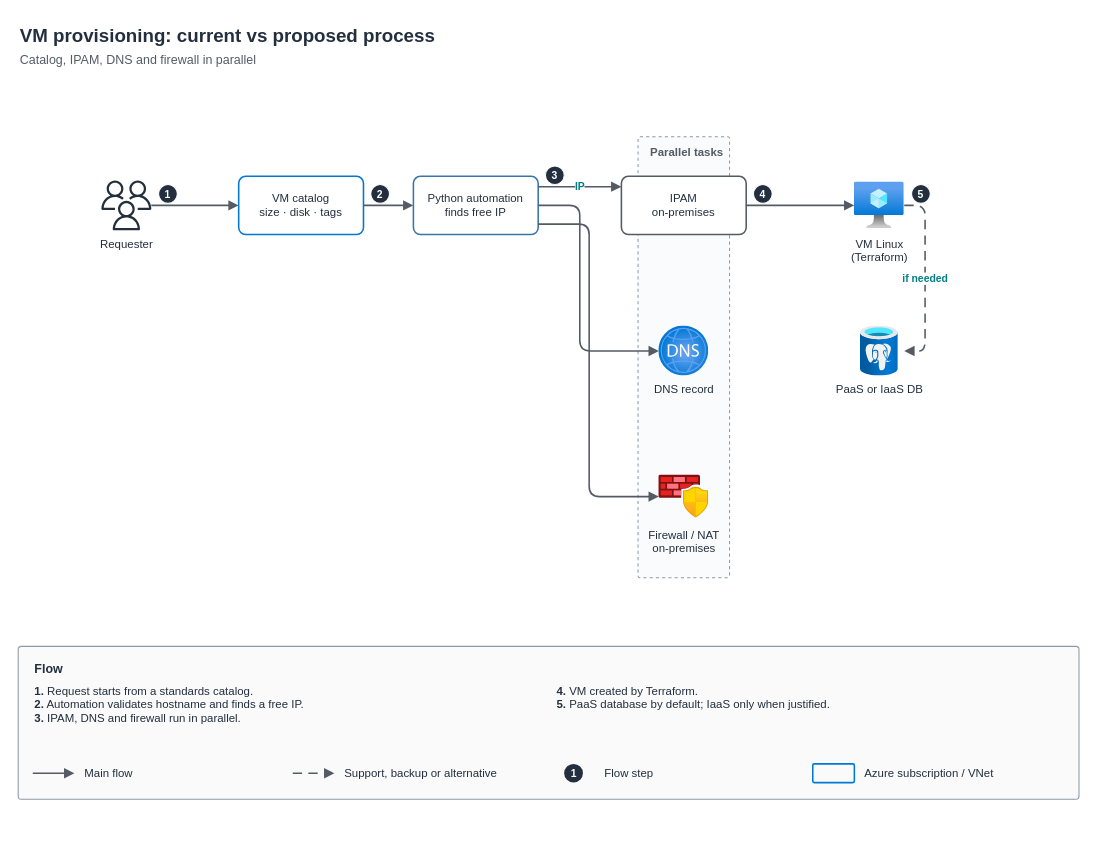
Earlier version of the draw.io diagram page "PT · Provisionamento de VMs: processo proposto" (2 of 4) of labs/arquiteturas/seguradora/provisionamento-de-vms/desenho.drawio (Raphaelfcs/automacao_terraform). Source tidied: cells renumbered, new cells numbered last; positions are measured from the earlier drawing's top-left corner, leaving out a move shared by most shapes. Both pictures are drawn from the tidied source at 104%, with x=0, y=0 at pixel (18, 18).
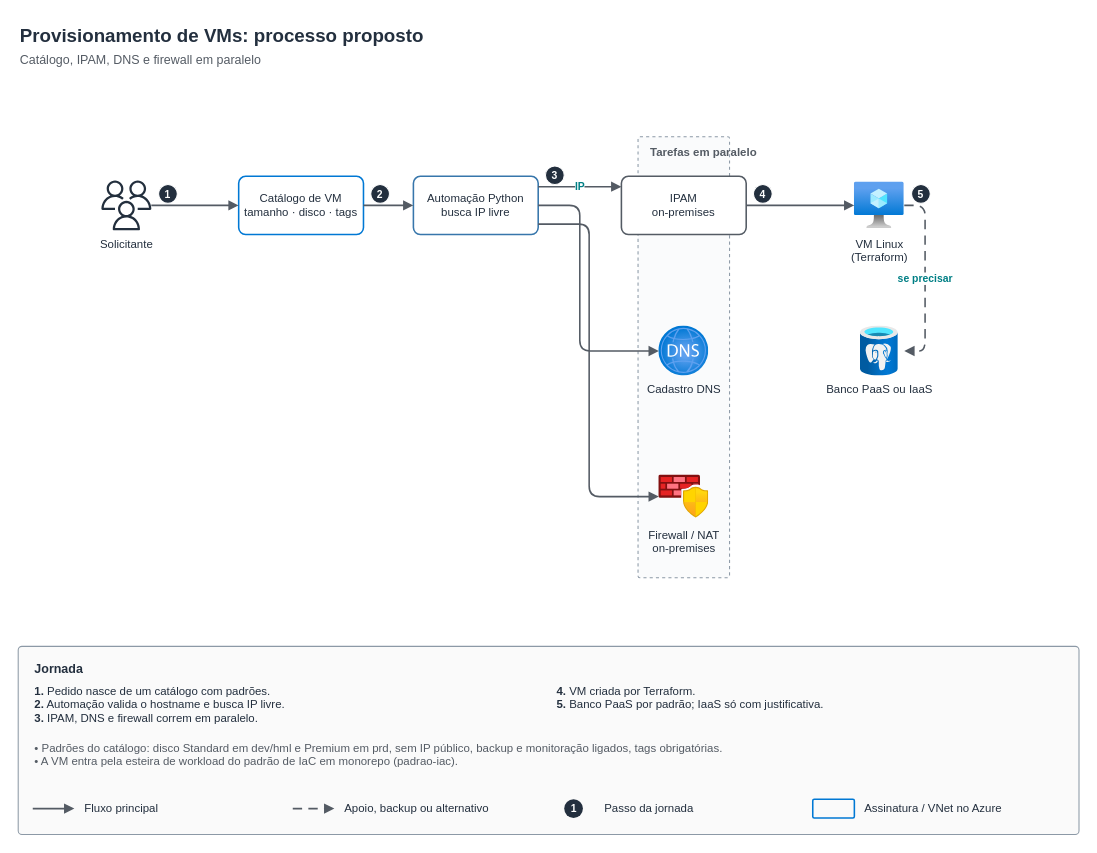
The same diagram, later.

The change refers to these unchanged cells:
```xml
<mxCell id="7" value="VM Linux&lt;br&gt;(Terraform)" style="sketch=0;outlineConnect=0;fontColor=#232F3E;dashed=0;verticalLabelPosition=bottom;verticalAlign=top;align=center;html=1;fontSize=11;shape=image;imageAspect=1;image=img/lib/azure2/compute/Virtual_Machine.svg;" parent="1" vertex="1">
  <mxGeometry x="804" y="156" width="48" height="48" as="geometry" />
</mxCell>
```

Change to the diagram source:
```diff
@@
-    <mxCell id="2" value="Parallel tasks" style="html=1;whiteSpace=nowrap;verticalAlign=top;align=left;fontSize=11;fontStyle=1;rounded=1;arcSize=2;strokeColor=#8C99A6;fillColor=#FAFBFC;fontColor=#545B64;dashed=1;spacingLeft=10;spacingTop=2;" parent="1" vertex="1">
+    <mxCell id="2" value="Tarefas em paralelo" style="html=1;whiteSpace=nowrap;verticalAlign=top;align=left;fontSize=11;fontStyle=1;rounded=1;arcSize=2;strokeColor=#8C99A6;fillColor=#FAFBFC;fontColor=#545B64;dashed=1;spacingLeft=10;spacingTop=2;" parent="1" vertex="1">
       <mxGeometry x="596" y="114" width="88" height="424" as="geometry" />
     </mxCell>
-    <mxCell id="3" value="Requester" style="sketch=0;outlineConnect=0;fontColor=#232F3E;dashed=0;verticalLabelPosition=bottom;verticalAlign=top;align=center;html=1;fontSize=11;fillColor=#232F3D;strokeColor=none;gradientColor=none;shape=mxgraph.aws4.users;" parent="1" vertex="1">
+    <mxCell id="3" value="Solicitante" style="sketch=0;outlineConnect=0;fontColor=#232F3E;dashed=0;verticalLabelPosition=bottom;verticalAlign=top;align=center;html=1;fontSize=11;fillColor=#232F3D;strokeColor=none;gradientColor=none;shape=mxgraph.aws4.users;" parent="1" vertex="1">
       <mxGeometry x="80" y="156" width="48" height="48" as="geometry" />
     </mxCell>
-    <mxCell id="4" value="VM catalog&lt;br&gt;size · disk · tags" style="rounded=1;arcSize=12;whiteSpace=wrap;html=1;fillColor=#FFFFFF;strokeColor=#0078D4;strokeWidth=1.5;fontSize=11;fontColor=#232F3E;" parent="1" vertex="1">
+    <mxCell id="4" value="Catálogo de VM&lt;br&gt;tamanho · disco · tags" style="rounded=1;arcSize=12;whiteSpace=wrap;html=1;fillColor=#FFFFFF;strokeColor=#0078D4;strokeWidth=1.5;fontSize=11;fontColor=#232F3E;" parent="1" vertex="1">
       <mxGeometry x="212" y="152" width="120" height="56" as="geometry" />
     </mxCell>
-    <mxCell id="5" value="Python automation&lt;br&gt;finds free IP" style="rounded=1;arcSize=12;whiteSpace=wrap;html=1;fillColor=#FFFFFF;strokeColor=#3776AB;strokeWidth=1.5;fontSize=11;fontColor=#232F3E;" parent="1" vertex="1">
+    <mxCell id="5" value="Automação Python&lt;br&gt;busca IP livre" style="rounded=1;arcSize=12;whiteSpace=wrap;html=1;fillColor=#FFFFFF;strokeColor=#3776AB;strokeWidth=1.5;fontSize=11;fontColor=#232F3E;" parent="1" vertex="1">
       <mxGeometry x="380" y="152" width="120" height="56" as="geometry" />
     </mxCell>
@@
-    <mxCell id="8" value="DNS record" style="sketch=0;outlineConnect=0;fontColor=#232F3E;dashed=0;verticalLabelPosition=bottom;verticalAlign=top;align=center;html=1;fontSize=11;shape=image;imageAspect=1;image=img/lib/azure2/networking/DNS_Zones.svg;" parent="1" vertex="1">
+    <mxCell id="8" value="Cadastro DNS" style="sketch=0;outlineConnect=0;fontColor=#232F3E;dashed=0;verticalLabelPosition=bottom;verticalAlign=top;align=center;html=1;fontSize=11;shape=image;imageAspect=1;image=img/lib/azure2/networking/DNS_Zones.svg;" parent="1" vertex="1">
       <mxGeometry x="616" y="296" width="48" height="48" as="geometry" />
     </mxCell>
-    <mxCell id="9" value="PaaS or IaaS DB" style="sketch=0;outlineConnect=0;fontColor=#232F3E;dashed=0;verticalLabelPosition=bottom;verticalAlign=top;align=center;html=1;fontSize=11;shape=image;imageAspect=1;image=img/lib/azure2/databases/Azure_Database_PostgreSQL_Server.svg;" parent="1" vertex="1">
+    <mxCell id="9" value="Banco PaaS ou IaaS" style="sketch=0;outlineConnect=0;fontColor=#232F3E;dashed=0;verticalLabelPosition=bottom;verticalAlign=top;align=center;html=1;fontSize=11;shape=image;imageAspect=1;image=img/lib/azure2/databases/Azure_Database_PostgreSQL_Server.svg;" parent="1" vertex="1">
       <mxGeometry x="804" y="296" width="48" height="48" as="geometry" />
     </mxCell>
@@
-    <mxCell id="17" value="if needed" style="edgeStyle=none;rounded=1;html=1;endArrow=block;endFill=1;strokeColor=#545B64;strokeWidth=1.5;fontSize=10;fontColor=#007F85;fontStyle=1;labelBackgroundColor=#FFFFFF;dashed=1;dashPattern=6 4;exitX=1.000;exitY=0.500;exitDx=0;exitDy=0;exitPerimeter=0;entryX=1.000;entryY=0.500;entryDx=0;entryDy=0;entryPerimeter=0;" parent="1" edge="1" source="7" target="9">
+    <mxCell id="17" value="se precisar" style="edgeStyle=none;rounded=1;html=1;endArrow=block;endFill=1;strokeColor=#545B64;strokeWidth=1.5;fontSize=10;fontColor=#007F85;fontStyle=1;labelBackgroundColor=#FFFFFF;dashed=1;dashPattern=6 4;exitX=1.000;exitY=0.500;exitDx=0;exitDy=0;exitPerimeter=0;entryX=1.000;entryY=0.500;entryDx=0;entryDy=0;entryPerimeter=0;" parent="1" edge="1" source="7" target="9">
       <mxGeometry relative="1" as="geometry">
         <Array as="points">
           <mxPoint x="872" y="180" />
           <mxPoint x="872" y="320" />
         </Array>
       </mxGeometry>
     </mxCell>
@@
-    <mxCell id="23" value="&lt;b&gt;VM provisioning: current vs proposed process&lt;/b&gt;&lt;br&gt;&lt;font style=&quot;font-size:12px&quot; color=&quot;#545B64&quot;&gt;Catalog, IPAM, DNS and firewall in parallel&lt;/font&gt;" style="text;html=1;align=left;verticalAlign=top;fontSize=18;fontColor=#232F3E;whiteSpace=wrap;" parent="1" vertex="1">
+    <mxCell id="23" value="&lt;b&gt;Provisionamento de VMs: processo proposto&lt;/b&gt;&lt;br&gt;&lt;font style=&quot;font-size:12px&quot; color=&quot;#545B64&quot;&gt;Catálogo, IPAM, DNS e firewall em paralelo&lt;/font&gt;" style="text;html=1;align=left;verticalAlign=top;fontSize=18;fontColor=#232F3E;whiteSpace=wrap;" parent="1" vertex="1">
       <mxGeometry width="932" height="56" as="geometry" />
     </mxCell>
     <mxCell id="24" style="rounded=1;arcSize=2;whiteSpace=wrap;html=1;fillColor=#FAFAFA;strokeColor=#8C99A6;" parent="1" vertex="1">
-      <mxGeometry y="604" width="1020" height="147" as="geometry" />
+      <mxGeometry y="604" width="1020" height="181" as="geometry" />
     </mxCell>
-    <mxCell id="25" value="&lt;b&gt;Flow&lt;/b&gt;" style="text;html=1;align=left;verticalAlign=top;fontSize=12;fontColor=#232F3E;" parent="1" vertex="1">
+    <mxCell id="25" value="&lt;b&gt;Jornada&lt;/b&gt;" style="text;html=1;align=left;verticalAlign=top;fontSize=12;fontColor=#232F3E;" parent="1" vertex="1">
       <mxGeometry x="14" y="612" width="300" height="20" as="geometry" />
     </mxCell>
-    <mxCell id="26" value="&lt;b&gt;1.&lt;/b&gt; Request starts from a standards catalog.&lt;br&gt;&lt;b&gt;2.&lt;/b&gt; Automation validates hostname and finds a free IP.&lt;br&gt;&lt;b&gt;3.&lt;/b&gt; IPAM, DNS and firewall run in parallel.&lt;br&gt;" style="text;html=1;align=left;verticalAlign=top;fontSize=11;fontColor=#232F3E;whiteSpace=wrap;" parent="1" vertex="1">
+    <mxCell id="26" value="&lt;b&gt;1.&lt;/b&gt; Pedido nasce de um catálogo com padrões.&lt;br&gt;&lt;b&gt;2.&lt;/b&gt; Automação valida o hostname e busca IP livre.&lt;br&gt;&lt;b&gt;3.&lt;/b&gt; IPAM, DNS e firewall correm em paralelo.&lt;br&gt;" style="text;html=1;align=left;verticalAlign=top;fontSize=11;fontColor=#232F3E;whiteSpace=wrap;" parent="1" vertex="1">
       <mxGeometry x="14" y="634" width="490" height="57" as="geometry" />
     </mxCell>
-    <mxCell id="27" value="&lt;b&gt;4.&lt;/b&gt; VM created by Terraform.&lt;br&gt;&lt;b&gt;5.&lt;/b&gt; PaaS database by default; IaaS only when justified.&lt;br&gt;" style="text;html=1;align=left;verticalAlign=top;fontSize=11;fontColor=#232F3E;whiteSpace=wrap;" parent="1" vertex="1">
+    <mxCell id="27" value="&lt;b&gt;4.&lt;/b&gt; VM criada por Terraform.&lt;br&gt;&lt;b&gt;5.&lt;/b&gt; Banco PaaS por padrão; IaaS só com justificativa.&lt;br&gt;" style="text;html=1;align=left;verticalAlign=top;fontSize=11;fontColor=#232F3E;whiteSpace=wrap;" parent="1" vertex="1">
       <mxGeometry x="516" y="634" width="490" height="40" as="geometry" />
     </mxCell>
+    <mxCell id="36" value="• Padrões do catálogo: disco Standard em dev/hml e Premium em prd, sem IP público, backup e monitoração ligados, tags obrigatórias.&lt;br&gt;• A VM entra pela esteira de workload do padrão de IaC em monorepo (padrao-iac).&lt;br&gt;" style="text;html=1;align=left;verticalAlign=top;fontSize=11;fontColor=#545B64;whiteSpace=wrap;" parent="1" vertex="1">
+      <mxGeometry x="14" y="689" width="980" height="40" as="geometry" />
+    </mxCell>
     <mxCell id="28" style="edgeStyle=none;html=1;endArrow=block;endFill=1;strokeColor=#545B64;strokeWidth=1.5;" parent="1" edge="1">
       <mxGeometry relative="1" as="geometry">
-        <mxPoint x="14" y="726" as="sourcePoint" />
-        <mxPoint x="54" y="726" as="targetPoint" />
+        <mxPoint x="14" y="760" as="sourcePoint" />
+        <mxPoint x="54" y="760" as="targetPoint" />
       </mxGeometry>
     </mxCell>
-    <mxCell id="29" value="Main flow" style="text;html=1;align=left;verticalAlign=middle;fontSize=11;fontColor=#232F3E;" parent="1" vertex="1">
-      <mxGeometry x="62" y="716" width="200" height="20" as="geometry" />
+    <mxCell id="29" value="Fluxo principal" style="text;html=1;align=left;verticalAlign=middle;fontSize=11;fontColor=#232F3E;" parent="1" vertex="1">
+      <mxGeometry x="62" y="750" width="200" height="20" as="geometry" />
     </mxCell>
     <mxCell id="30" style="edgeStyle=none;html=1;endArrow=block;endFill=1;strokeColor=#545B64;strokeWidth=1.5;dashed=1;dashPattern=6 4;" parent="1" edge="1">
       <mxGeometry relative="1" as="geometry">
-        <mxPoint x="264" y="726" as="sourcePoint" />
-        <mxPoint x="304" y="726" as="targetPoint" />
+        <mxPoint x="264" y="760" as="sourcePoint" />
+        <mxPoint x="304" y="760" as="targetPoint" />
       </mxGeometry>
     </mxCell>
-    <mxCell id="31" value="Support, backup or alternative" style="text;html=1;align=left;verticalAlign=middle;fontSize=11;fontColor=#232F3E;" parent="1" vertex="1">
-      <mxGeometry x="312" y="716" width="200" height="20" as="geometry" />
+    <mxCell id="31" value="Apoio, backup ou alternativo" style="text;html=1;align=left;verticalAlign=middle;fontSize=11;fontColor=#232F3E;" parent="1" vertex="1">
+      <mxGeometry x="312" y="750" width="200" height="20" as="geometry" />
     </mxCell>
     <mxCell id="32" value="1" style="ellipse;html=1;fillColor=#232F3E;strokeColor=none;fontColor=#FFFFFF;fontStyle=1;fontSize=10;" parent="1" vertex="1">
-      <mxGeometry x="525" y="717" width="18" height="18" as="geometry" />
+      <mxGeometry x="525" y="751" width="18" height="18" as="geometry" />
     </mxCell>
-    <mxCell id="33" value="Flow step" style="text;html=1;align=left;verticalAlign=middle;fontSize=11;fontColor=#232F3E;" parent="1" vertex="1">
-      <mxGeometry x="562" y="716" width="200" height="20" as="geometry" />
+    <mxCell id="33" value="Passo da jornada" style="text;html=1;align=left;verticalAlign=middle;fontSize=11;fontColor=#232F3E;" parent="1" vertex="1">
+      <mxGeometry x="562" y="750" width="200" height="20" as="geometry" />
     </mxCell>
     <mxCell id="34" style="rounded=1;arcSize=8;html=1;fillColor=none;strokeColor=#0078D4;strokeWidth=1.5;" parent="1" vertex="1">
-      <mxGeometry x="764" y="717" width="40" height="18" as="geometry" />
+      <mxGeometry x="764" y="751" width="40" height="18" as="geometry" />
     </mxCell>
-    <mxCell id="35" value="Azure subscription / VNet" style="text;html=1;align=left;verticalAlign=middle;fontSize=11;fontColor=#232F3E;" parent="1" vertex="1">
-      <mxGeometry x="812" y="716" width="200" height="20" as="geometry" />
+    <mxCell id="35" value="Assinatura / VNet no Azure" style="text;html=1;align=left;verticalAlign=middle;fontSize=11;fontColor=#232F3E;" parent="1" vertex="1">
+      <mxGeometry x="812" y="750" width="200" height="20" as="geometry" />
     </mxCell>
```
